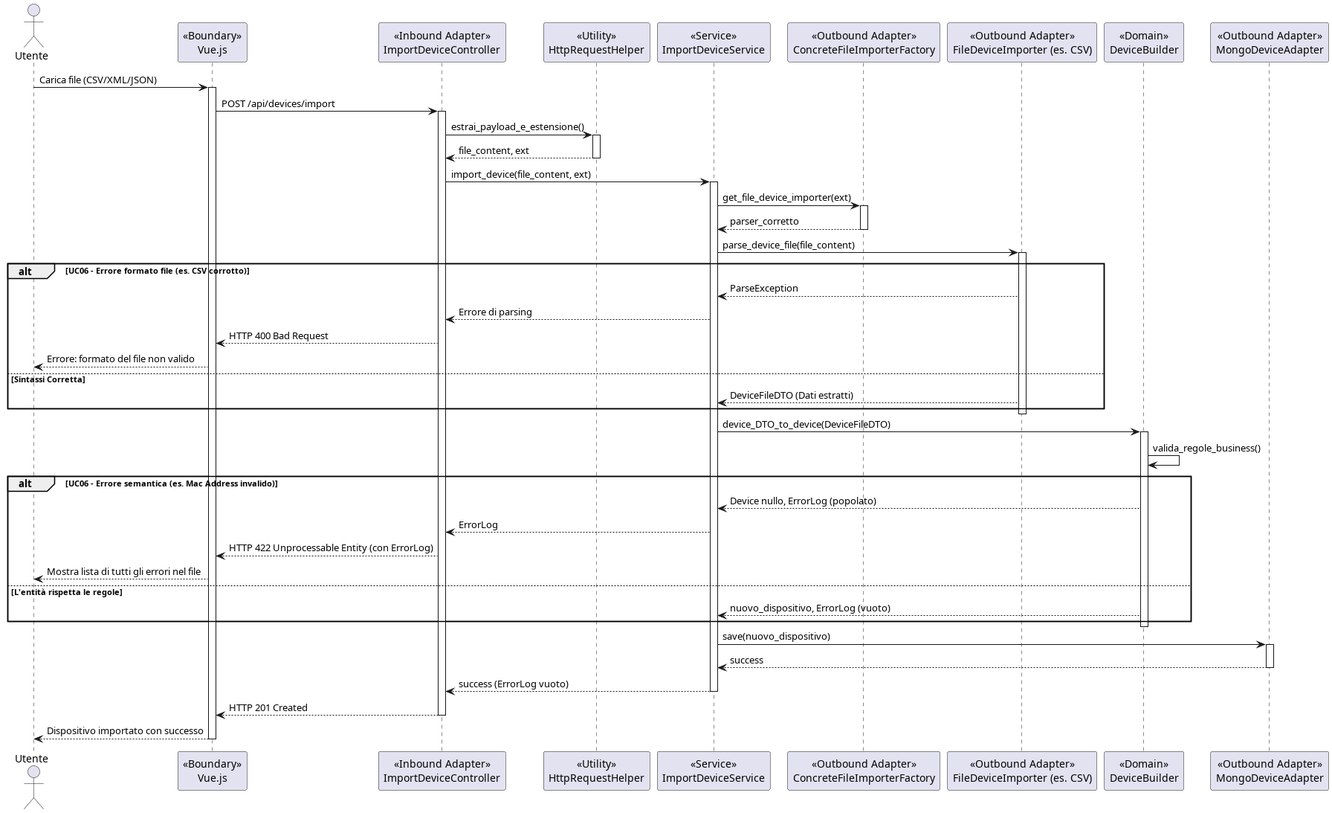
Earlier version of the PlantUML export src/PB/DocumentazioneEsterna/Specifica_Tecnica/content/03-architettura/Diagrammi_sequenza/Importazione_dispositivo_uc05_06.png (GroupRubberDuck/Documentazione).
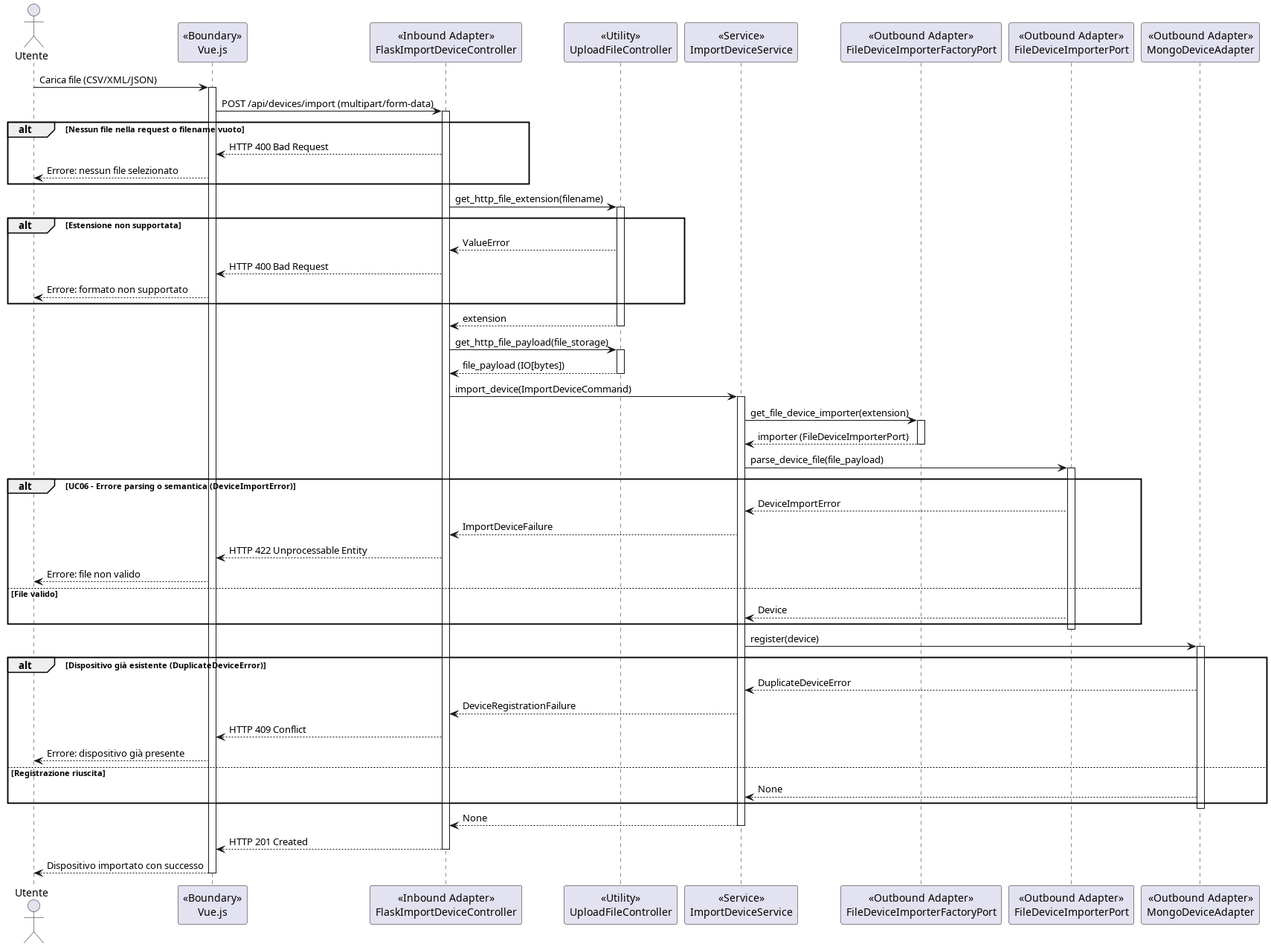
After the commit.

The edit, as a diff of the source:
```diff
@@ -2,65 +2,74 @@
 
 actor "Utente" as utente
 participant "<<Boundary>>\nVue.js" as vue
-participant "<<Inbound Adapter>>\nImportDeviceController" as controller
-participant "<<Utility>>\nHttpRequestHelper" as helper
+participant "<<Inbound Adapter>>\nFlaskImportDeviceController" as controller
+participant "<<Utility>>\nUploadFileController" as helper
 participant "<<Service>>\nImportDeviceService" as service
-participant "<<Outbound Adapter>>\nConcreteFileImporterFactory" as factory
-participant "<<Outbound Adapter>>\nFileDeviceImporter (es. CSV)" as parser
-participant "<<Domain>>\nDeviceBuilder" as builder
+participant "<<Outbound Adapter>>\nFileDeviceImporterFactoryPort" as factory
+participant "<<Outbound Adapter>>\nFileDeviceImporterPort" as parser
 participant "<<Outbound Adapter>>\nMongoDeviceAdapter" as repo
 
 utente -> vue: Carica file (CSV/XML/JSON)
 activate vue
 
-vue -> controller: POST /api/devices/import
+vue -> controller: POST /api/devices/import (multipart/form-data)
 activate controller
 
-controller -> helper: estrai_payload_e_estensione()
+alt Nessun file nella request o filename vuoto
+    controller --> vue: HTTP 400 Bad Request
+    vue --> utente: Errore: nessun file selezionato
+end
+
+controller -> helper: get_http_file_extension(filename)
 activate helper
-helper --> controller: file_content, ext
+alt Estensione non supportata
+    helper --> controller: ValueError
+    controller --> vue: HTTP 400 Bad Request
+    vue --> utente: Errore: formato non supportato
+end
+helper --> controller: extension
 deactivate helper
 
-controller -> service: import_device(file_content, ext)
+controller -> helper: get_http_file_payload(file_storage)
+activate helper
+helper --> controller: file_payload (IO[bytes])
+deactivate helper
+
+controller -> service: import_device(ImportDeviceCommand)
 activate service
 
-service -> factory: get_file_device_importer(ext)
+service -> factory: get_file_device_importer(extension)
 activate factory
-factory --> service: parser_corretto
+factory --> service: importer (FileDeviceImporterPort)
 deactivate factory
 
-service -> parser: parse_device_file(file_content)
+service -> parser: parse_device_file(file_payload)
 activate parser
-alt UC06 - Errore formato file (es. CSV corrotto)
-    parser --> service: ParseException
-    service --> controller: Errore di parsing
-    controller --> vue: HTTP 400 Bad Request
-    vue --> utente: Errore: formato del file non valido
-else Sintassi Corretta
-    parser --> service: DeviceFileDTO (Dati estratti)
+
+alt UC06 - Errore parsing o semantica (DeviceImportError)
+    parser --> service: DeviceImportError
+    service --> controller: ImportDeviceFailure
+    controller --> vue: HTTP 422 Unprocessable Entity
+    vue --> utente: Errore: file non valido
+else File valido
+    parser --> service: Device
 end
 deactivate parser
 
-service -> builder: device_DTO_to_device(DeviceFileDTO)
-activate builder
-builder -> builder: valida_regole_business()
+service -> repo: register(device)
+activate repo
 
-alt UC06 - Errore semantica (es. Mac Address invalido)
-    builder --> service: Device nullo, ErrorLog (popolato)
-    service --> controller: ErrorLog
-    controller --> vue: HTTP 422 Unprocessable Entity (con ErrorLog)
-    vue --> utente: Mostra lista di tutti gli errori nel file
-else L'entità rispetta le regole
-    builder --> service: nuovo_dispositivo, ErrorLog (vuoto)
+alt Dispositivo già esistente (DuplicateDeviceError)
+    repo --> service: DuplicateDeviceError
+    service --> controller: DeviceRegistrationFailure
+    controller --> vue: HTTP 409 Conflict
+    vue --> utente: Errore: dispositivo già presente
+else Registrazione riuscita
+    repo --> service: None
 end
-deactivate builder
-
-service -> repo: save(nuovo_dispositivo)
-activate repo
-repo --> service: success
 deactivate repo
 
-service --> controller: success (ErrorLog vuoto)
+service --> controller: None
 deactivate service
 
 controller --> vue: HTTP 201 Created
```
